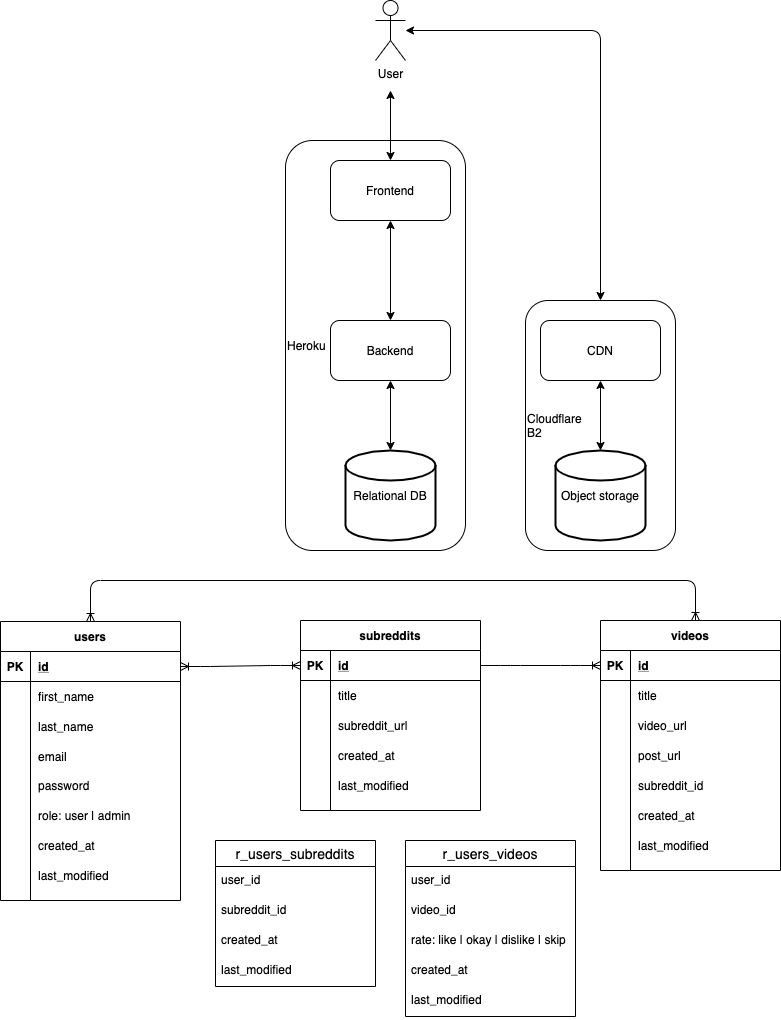
The draw.io diagram system-design.png in kzkaneoka/reddit-short-videos, before a commit. Source tidied: cells renumbered, new cells last; positions are measured from the earlier drawing's top-left corner, leaving out a move shared by most shapes.
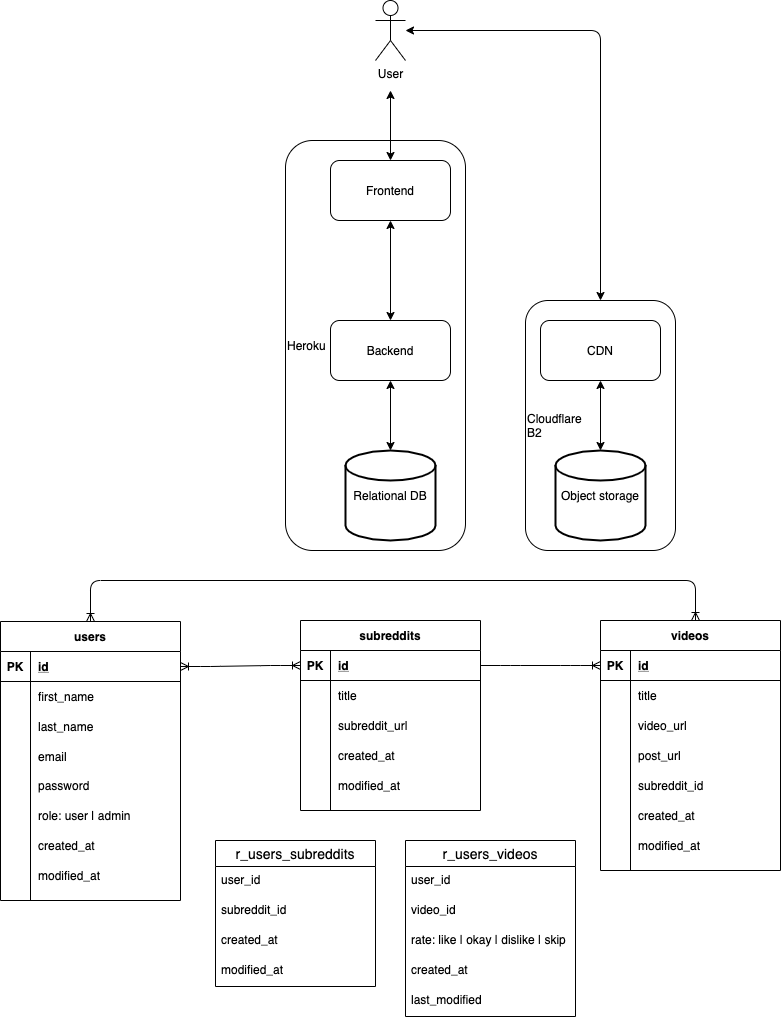
The same diagram one commit later.

The edit, as a diff of the source:
```diff
@@ -95,7 +95,7 @@
     <mxCell id="32" style="shape=partialRectangle;fillColor=none;top=0;left=0;bottom=0;right=0;overflow=hidden;" parent="31" vertex="1">
       <mxGeometry width="30" height="30" as="geometry" />
     </mxCell>
-    <mxCell id="33" value="last_modified" style="shape=partialRectangle;fillColor=none;top=0;left=0;bottom=0;right=0;align=left;spacingLeft=6;overflow=hidden;" parent="31" vertex="1">
+    <mxCell id="33" value="modified_at" style="shape=partialRectangle;fillColor=none;top=0;left=0;bottom=0;right=0;align=left;spacingLeft=6;overflow=hidden;" parent="31" vertex="1">
       <mxGeometry x="30" width="150" height="30" as="geometry" />
     </mxCell>
     <mxCell id="34" value="subreddits" style="shape=table;startSize=30;rowLines=0;fontStyle=1;align=center;" parent="1" vertex="1">
@@ -143,7 +143,7 @@
     <mxCell id="48" style="shape=partialRectangle;fillColor=none;top=0;left=0;bottom=0;right=0;overflow=hidden;" parent="47" vertex="1">
       <mxGeometry width="30" height="30" as="geometry" />
     </mxCell>
-    <mxCell id="49" value="last_modified" style="shape=partialRectangle;fillColor=none;top=0;left=0;bottom=0;right=0;align=left;spacingLeft=6;overflow=hidden;" parent="47" vertex="1">
+    <mxCell id="49" value="modified_at" style="shape=partialRectangle;fillColor=none;top=0;left=0;bottom=0;right=0;align=left;spacingLeft=6;overflow=hidden;" parent="47" vertex="1">
       <mxGeometry x="30" width="150" height="30" as="geometry" />
     </mxCell>
     <mxCell id="50" value="videos" style="shape=table;startSize=30;rowLines=0;fontStyle=1;align=center;" parent="1" vertex="1">
@@ -209,7 +209,7 @@
     <mxCell id="70" style="shape=partialRectangle;fillColor=none;top=0;left=0;bottom=0;right=0;overflow=hidden;" parent="69" vertex="1">
       <mxGeometry width="30" height="30" as="geometry" />
     </mxCell>
-    <mxCell id="71" value="last_modified" style="shape=partialRectangle;fillColor=none;top=0;left=0;bottom=0;right=0;align=left;spacingLeft=6;overflow=hidden;" parent="69" vertex="1">
+    <mxCell id="71" value="modified_at" style="shape=partialRectangle;fillColor=none;top=0;left=0;bottom=0;right=0;align=left;spacingLeft=6;overflow=hidden;" parent="69" vertex="1">
       <mxGeometry x="30" width="150" height="30" as="geometry" />
     </mxCell>
     <mxCell id="72" style="edgeStyle=entityRelationEdgeStyle;fontSize=12;html=1;endArrow=ERoneToMany;startArrow=ERoneToMany;startFill=0;" parent="1" edge="1" source="10" target="35">
@@ -255,7 +255,7 @@
     <mxCell id="83" value="created_at" style="text;strokeColor=none;fillColor=none;spacingLeft=4;spacingRight=4;overflow=hidden;fontSize=12;" parent="80" vertex="1">
       <mxGeometry y="86" width="160" height="30" as="geometry" />
     </mxCell>
-    <mxCell id="84" value="last_modified" style="text;strokeColor=none;fillColor=none;spacingLeft=4;spacingRight=4;overflow=hidden;fontSize=12;" parent="80" vertex="1">
+    <mxCell id="84" value="modified_at" style="text;strokeColor=none;fillColor=none;spacingLeft=4;spacingRight=4;overflow=hidden;fontSize=12;" parent="80" vertex="1">
       <mxGeometry y="116" width="160" height="30" as="geometry" />
     </mxCell>
     <mxCell id="85" value="r_users_videos" style="swimlane;fontStyle=0;horizontal=1;startSize=26;align=center;fontSize=14;" parent="1" vertex="1">
```
